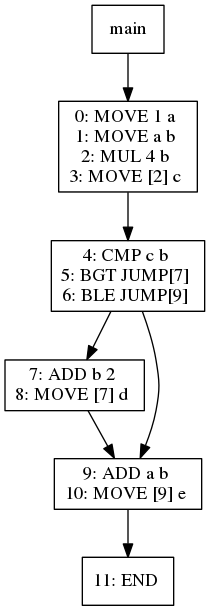
Earlier version of the Graphviz export viz/test017.dot.png (jiahanwang/PL241-Compiler). Its source is kept beside it as viz/test017.dot.
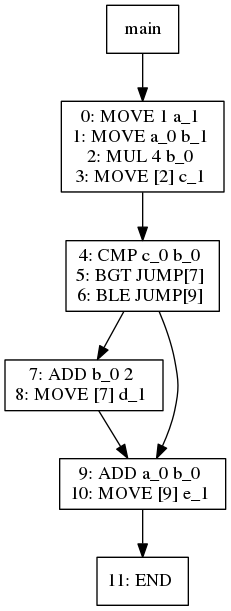
The same file after the commit.

What changed in the source:
```diff
@@ -1,27 +1,27 @@
 digraph test017 {
 node [shape=box]
-330[label="main"]
-330 -> 332
-332[label="0: MOVE 1 a
-1: MOVE a b
-2: MUL 4 b
-3: MOVE [2] c
+1[label="main"]
+1 -> 3
+3[label="0: MOVE 1 a_1
+1: MOVE a_0 b_1
+2: MUL 4 b_0
+3: MOVE [2] c_1
 "]
-332 -> 335
-335[label="4: CMP c b
+3 -> 6
+6[label="4: CMP c_0 b_0
 5: BGT JUMP[7]
 6: BLE JUMP[9]
 "]
-335 -> 337
-337[label="7: ADD b 2
-8: MOVE [7] d
+6 -> 8
+8[label="7: ADD b_0 2
+8: MOVE [7] d_1
 "]
-337 -> 336
-336[label="9: ADD a b
-10: MOVE [9] e
+8 -> 7
+7[label="9: ADD a_0 b_0
+10: MOVE [9] e_1
 "]
-336 -> 339
-339[label="11: END
+7 -> 10
+10[label="11: END
 "]
-335 -> 336
+6 -> 7
 }
```
